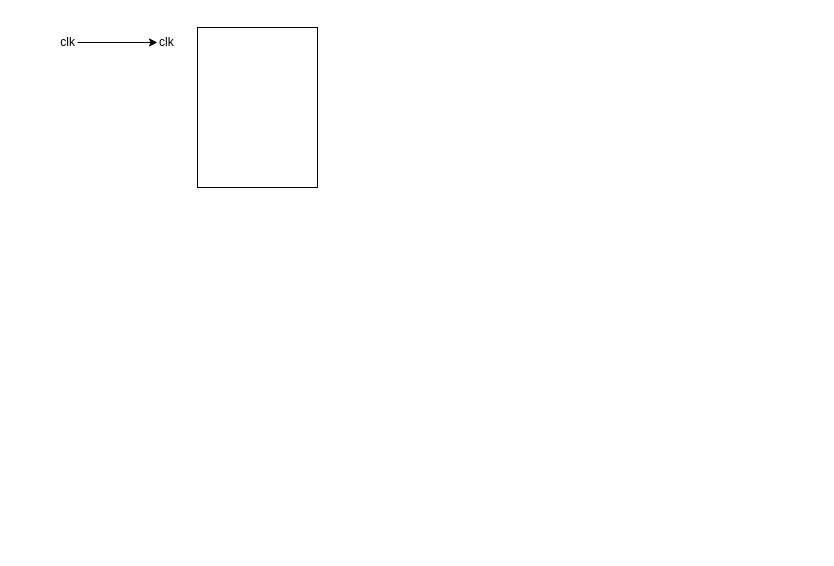
Jacksurfer2005/SummerInternshipPorject keeps this draw.io diagram as page "BRAM_CTV" (2 of 3) of images/LDP_DECODER.drawio. Above is the earlier version. Source tidied: cells renumbered, new cells numbered last; positions are measured from the earlier drawing's top-left corner, leaving out a move shared by most shapes. Both pictures are drawn from the tidied source at 100%, with x=0, y=0 at pixel (17, 27).
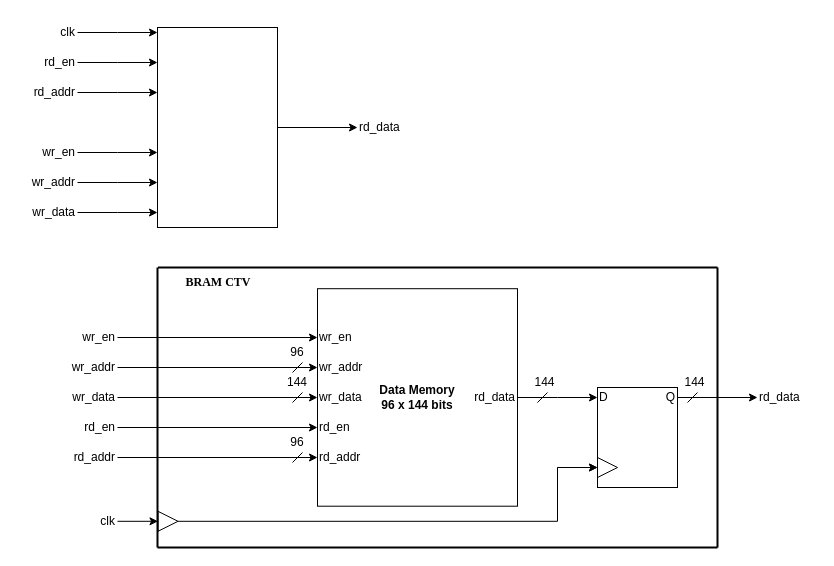
The same diagram, later.

What changed in the source:
```diff
@@
     <mxCell id="2" style="rounded=0;whiteSpace=wrap;html=1;fillColor=none;" parent="1" vertex="1">
-      <mxGeometry x="180" width="120" height="160" as="geometry" />
+      <mxGeometry x="140" width="120" height="200" as="geometry" />
     </mxCell>
-    <mxCell id="3" style="edgeStyle=orthogonalEdgeStyle;shape=connector;rounded=0;jettySize=auto;html=1;strokeColor=default;strokeWidth=1;align=left;verticalAlign=middle;fontFamily=Helvetica;fontSize=12;fontColor=default;labelBackgroundColor=default;endArrow=classic;" parent="1" edge="1" source="4" target="5">
-      <mxGeometry relative="1" as="geometry" />
+    <mxCell id="3" style="edgeStyle=orthogonalEdgeStyle;shape=connector;rounded=0;jettySize=auto;html=1;strokeColor=default;strokeWidth=1;align=left;verticalAlign=middle;fontFamily=Helvetica;fontSize=12;fontColor=default;labelBackgroundColor=default;endArrow=classic;" parent="1" edge="1" source="4">
+      <mxGeometry relative="1" as="geometry">
+        <mxPoint x="140" y="5" as="targetPoint" />
+      </mxGeometry>
     </mxCell>
     <mxCell id="4" value="clk" style="text;html=1;whiteSpace=wrap;strokeColor=none;fillColor=none;align=right;verticalAlign=middle;rounded=0;" parent="1" vertex="1">
-      <mxGeometry width="60" height="30" as="geometry" />
+      <mxGeometry y="-10" width="60" height="30" as="geometry" />
     </mxCell>
+    <mxCell id="6" style="edgeStyle=orthogonalEdgeStyle;shape=connector;rounded=0;jettySize=auto;html=1;strokeColor=default;strokeWidth=1;align=left;verticalAlign=middle;fontFamily=Helvetica;fontSize=12;fontColor=default;labelBackgroundColor=default;endArrow=classic;" parent="1" edge="1" source="7">
+      <mxGeometry relative="1" as="geometry">
+        <mxPoint x="140" y="35" as="targetPoint" />
+      </mxGeometry>
+    </mxCell>
+    <mxCell id="7" value="rd_en" style="text;html=1;whiteSpace=wrap;strokeColor=none;fillColor=none;align=right;verticalAlign=middle;rounded=0;" parent="1" vertex="1">
+      <mxGeometry y="20" width="60" height="30" as="geometry" />
+    </mxCell>
+    <mxCell id="8" style="edgeStyle=orthogonalEdgeStyle;shape=connector;rounded=0;jettySize=auto;html=1;strokeColor=default;strokeWidth=1;align=left;verticalAlign=middle;fontFamily=Helvetica;fontSize=12;fontColor=default;labelBackgroundColor=default;endArrow=classic;" parent="1" edge="1" source="9">
+      <mxGeometry relative="1" as="geometry">
+        <mxPoint x="140" y="65" as="targetPoint" />
+      </mxGeometry>
+    </mxCell>
+    <mxCell id="9" value="rd_addr" style="text;html=1;whiteSpace=wrap;strokeColor=none;fillColor=none;align=right;verticalAlign=middle;rounded=0;" parent="1" vertex="1">
+      <mxGeometry y="50" width="60" height="30" as="geometry" />
+    </mxCell>
+    <mxCell id="10" value="rd_data" style="text;html=1;whiteSpace=wrap;strokeColor=none;fillColor=none;align=left;verticalAlign=middle;rounded=0;" parent="1" vertex="1">
+      <mxGeometry x="340" y="85" width="60" height="30" as="geometry" />
+    </mxCell>
+    <mxCell id="11" style="edgeStyle=orthogonalEdgeStyle;shape=connector;rounded=0;jettySize=auto;html=1;strokeColor=default;strokeWidth=1;align=left;verticalAlign=middle;fontFamily=Helvetica;fontSize=12;fontColor=default;labelBackgroundColor=default;endArrow=classic;" parent="1" edge="1" source="12">
+      <mxGeometry relative="1" as="geometry">
+        <mxPoint x="140" y="125" as="targetPoint" />
+      </mxGeometry>
+    </mxCell>
+    <mxCell id="12" value="wr_en" style="text;html=1;whiteSpace=wrap;strokeColor=none;fillColor=none;align=right;verticalAlign=middle;rounded=0;" parent="1" vertex="1">
+      <mxGeometry y="110" width="60" height="30" as="geometry" />
+    </mxCell>
+    <mxCell id="13" style="edgeStyle=orthogonalEdgeStyle;shape=connector;rounded=0;jettySize=auto;html=1;strokeColor=default;strokeWidth=1;align=left;verticalAlign=middle;fontFamily=Helvetica;fontSize=12;fontColor=default;labelBackgroundColor=default;endArrow=classic;" parent="1" edge="1" source="14">
+      <mxGeometry relative="1" as="geometry">
+        <mxPoint x="140" y="155" as="targetPoint" />
+      </mxGeometry>
+    </mxCell>
+    <mxCell id="14" value="wr_addr" style="text;html=1;whiteSpace=wrap;strokeColor=none;fillColor=none;align=right;verticalAlign=middle;rounded=0;" parent="1" vertex="1">
+      <mxGeometry y="140" width="60" height="30" as="geometry" />
+    </mxCell>
+    <mxCell id="15" style="edgeStyle=orthogonalEdgeStyle;shape=connector;rounded=0;jettySize=auto;html=1;strokeColor=default;strokeWidth=1;align=left;verticalAlign=middle;fontFamily=Helvetica;fontSize=12;fontColor=default;labelBackgroundColor=default;endArrow=classic;" parent="1" edge="1" source="16">
+      <mxGeometry relative="1" as="geometry">
+        <mxPoint x="140" y="185" as="targetPoint" />
+      </mxGeometry>
+    </mxCell>
+    <mxCell id="16" value="wr_data" style="text;html=1;whiteSpace=wrap;strokeColor=none;fillColor=none;align=right;verticalAlign=middle;rounded=0;" parent="1" vertex="1">
+      <mxGeometry y="170" width="60" height="30" as="geometry" />
+    </mxCell>
+    <mxCell id="17" style="endArrow=classic;html=1;rounded=0;strokeColor=default;strokeWidth=1;align=center;verticalAlign=middle;fontFamily=Helvetica;fontSize=12;fontColor=default;labelBackgroundColor=default;exitX=1;exitY=0.5;exitDx=0;exitDy=0;entryX=0;entryY=0.5;entryDx=0;entryDy=0;" parent="1" edge="1" source="2" target="10">
+      <mxGeometry relative="1" as="geometry" />
+    </mxCell>
+    <mxCell id="18" style="edgeStyle=orthogonalEdgeStyle;shape=connector;rounded=0;jettySize=auto;html=1;entryX=0;entryY=0.5;entryDx=0;entryDy=0;strokeColor=default;strokeWidth=1;align=center;verticalAlign=middle;fontFamily=Helvetica;fontSize=12;fontColor=default;labelBackgroundColor=default;endArrow=classic;" parent="1" edge="1" source="19" target="48">
+      <mxGeometry relative="1" as="geometry" />
+    </mxCell>
+    <mxCell id="19" value="rd_en" style="text;html=1;whiteSpace=wrap;strokeColor=none;fillColor=none;align=right;verticalAlign=middle;rounded=0;fontFamily=Helvetica;fontSize=12;fontColor=default;spacing=2;spacingTop=0;" parent="1" vertex="1">
+      <mxGeometry x="40" y="385" width="60" height="30" as="geometry" />
+    </mxCell>
+    <mxCell id="20" style="edgeStyle=orthogonalEdgeStyle;shape=connector;rounded=0;jettySize=auto;html=1;entryX=0;entryY=0.5;entryDx=0;entryDy=0;strokeColor=default;strokeWidth=1;align=center;verticalAlign=middle;fontFamily=Helvetica;fontSize=12;fontColor=default;labelBackgroundColor=default;endArrow=classic;" parent="1" edge="1" source="21" target="49">
+      <mxGeometry relative="1" as="geometry" />
+    </mxCell>
+    <mxCell id="21" value="wr_data" style="text;html=1;whiteSpace=wrap;strokeColor=none;fillColor=none;align=right;verticalAlign=middle;rounded=0;fontFamily=Helvetica;fontSize=12;fontColor=default;spacing=2;spacingTop=0;" parent="1" vertex="1">
+      <mxGeometry x="40" y="355" width="60" height="30" as="geometry" />
+    </mxCell>
+    <mxCell id="22" value="&lt;b&gt;Data&amp;nbsp;&lt;/b&gt;&lt;b style=&quot;background-color: transparent; color: light-dark(rgb(0, 0, 0), rgb(255, 255, 255));&quot;&gt;Memory&lt;/b&gt;&lt;div&gt;&lt;b style=&quot;background-color: transparent; color: light-dark(rgb(0, 0, 0), rgb(255, 255, 255));&quot;&gt;96 x 144 bits&lt;/b&gt;&lt;/div&gt;" style="rounded=0;whiteSpace=wrap;html=1;strokeColor=default;align=center;verticalAlign=middle;fontFamily=Helvetica;fontSize=12;fontColor=default;fillColor=none;" parent="1" vertex="1">
+      <mxGeometry x="300" y="261.2" width="200" height="217.5" as="geometry" />
+    </mxCell>
+    <mxCell id="23" style="edgeStyle=orthogonalEdgeStyle;shape=connector;rounded=0;jettySize=auto;html=1;entryX=0;entryY=0.5;entryDx=0;entryDy=0;strokeColor=default;strokeWidth=1;align=center;verticalAlign=middle;fontFamily=Helvetica;fontSize=12;fontColor=default;labelBackgroundColor=default;endArrow=classic;" parent="1" edge="1" source="24" target="50">
+      <mxGeometry relative="1" as="geometry" />
+    </mxCell>
+    <mxCell id="24" value="rd_addr" style="text;html=1;whiteSpace=wrap;strokeColor=none;fillColor=none;align=right;verticalAlign=middle;rounded=0;fontFamily=Helvetica;fontSize=12;fontColor=default;spacing=2;spacingTop=0;" parent="1" vertex="1">
+      <mxGeometry x="40" y="415" width="60" height="30" as="geometry" />
+    </mxCell>
+    <mxCell id="25" style="rounded=0;whiteSpace=wrap;html=1;strokeColor=default;align=center;verticalAlign=middle;fontFamily=Helvetica;fontSize=12;fontColor=default;fillColor=none;" parent="1" vertex="1">
+      <mxGeometry x="580" y="360" width="80" height="100" as="geometry" />
+    </mxCell>
+    <mxCell id="26" style="triangle;whiteSpace=wrap;html=1;shapeInside=1;rounded=0;strokeColor=default;align=center;verticalAlign=middle;fontFamily=Helvetica;fontSize=12;fontColor=default;fillColor=none;" parent="1" vertex="1">
+      <mxGeometry x="580" y="430" width="20" height="20" as="geometry" />
+    </mxCell>
+    <mxCell id="27" value="D" style="text;html=1;whiteSpace=wrap;strokeColor=none;fillColor=none;align=left;verticalAlign=middle;rounded=0;fontFamily=Helvetica;fontSize=12;fontColor=default;" parent="1" vertex="1">
+      <mxGeometry x="580" y="355" width="60" height="30" as="geometry" />
+    </mxCell>
+    <mxCell id="28" style="edgeStyle=orthogonalEdgeStyle;shape=connector;rounded=0;jettySize=auto;html=1;strokeColor=default;strokeWidth=1;align=center;verticalAlign=middle;fontFamily=Helvetica;fontSize=12;fontColor=default;labelBackgroundColor=default;endArrow=classic;" parent="1" edge="1" source="29">
+      <mxGeometry relative="1" as="geometry">
+        <mxPoint x="740" y="370" as="targetPoint" />
+      </mxGeometry>
+    </mxCell>
+    <mxCell id="29" value="Q" style="text;html=1;whiteSpace=wrap;strokeColor=none;fillColor=none;align=right;verticalAlign=middle;rounded=0;fontFamily=Helvetica;fontSize=12;fontColor=default;" parent="1" vertex="1">
+      <mxGeometry x="600" y="355" width="60" height="30" as="geometry" />
+    </mxCell>
+    <mxCell id="30" style="edgeStyle=orthogonalEdgeStyle;shape=connector;rounded=0;jettySize=auto;html=1;entryX=0;entryY=0.5;entryDx=0;entryDy=0;strokeColor=default;strokeWidth=1;align=center;verticalAlign=middle;fontFamily=Helvetica;fontSize=12;fontColor=default;labelBackgroundColor=default;endArrow=classic;" parent="1" edge="1" source="31" target="51">
+      <mxGeometry relative="1" as="geometry" />
+    </mxCell>
+    <mxCell id="31" value="wr_en" style="text;html=1;whiteSpace=wrap;strokeColor=none;fillColor=none;align=right;verticalAlign=middle;rounded=0;fontFamily=Helvetica;fontSize=12;fontColor=default;spacing=2;spacingTop=0;" parent="1" vertex="1">
+      <mxGeometry x="40" y="295" width="60" height="30" as="geometry" />
+    </mxCell>
+    <mxCell id="32" style="endArrow=classic;html=1;rounded=0;strokeColor=default;strokeWidth=1;align=center;verticalAlign=middle;fontFamily=Helvetica;fontSize=12;fontColor=default;labelBackgroundColor=default;entryX=0;entryY=0.5;entryDx=0;entryDy=0;endFill=1;" parent="1" edge="1" target="26">
+      <mxGeometry relative="1" as="geometry">
+        <mxPoint x="540" y="440" as="sourcePoint" />
+        <Array as="points">
+          <mxPoint x="540" y="440" />
+        </Array>
+      </mxGeometry>
+    </mxCell>
+    <mxCell id="33" style="edgeStyle=none;shape=connector;rounded=0;jettySize=auto;html=1;entryX=0;entryY=0.5;entryDx=0;entryDy=0;strokeColor=default;strokeWidth=1;align=center;verticalAlign=middle;fontFamily=Helvetica;fontSize=12;fontColor=default;labelBackgroundColor=default;endArrow=classic;" parent="1" edge="1" source="5" target="41">
+      <mxGeometry relative="1" as="geometry" />
+    </mxCell>
-    <mxCell id="5" value="clk" style="text;html=1;whiteSpace=wrap;strokeColor=none;fillColor=none;align=left;verticalAlign=middle;rounded=0;" parent="1" vertex="1">
-      <mxGeometry x="140" width="60" height="30" as="geometry" />
+    <mxCell id="5" value="clk" style="text;html=1;whiteSpace=wrap;strokeColor=none;fillColor=none;align=right;verticalAlign=middle;rounded=0;fontFamily=Helvetica;fontSize=12;fontColor=default;spacing=2;spacingTop=0;" parent="1" vertex="1">
+      <mxGeometry x="40" y="478.8" width="60" height="30" as="geometry" />
     </mxCell>
+    <mxCell id="34" style="edgeStyle=orthogonalEdgeStyle;shape=connector;rounded=0;jettySize=auto;html=1;entryX=0;entryY=0.5;entryDx=0;entryDy=0;strokeColor=default;strokeWidth=1;align=center;verticalAlign=middle;fontFamily=Helvetica;fontSize=12;fontColor=default;labelBackgroundColor=default;endArrow=classic;" parent="1" edge="1" source="35" target="52">
+      <mxGeometry relative="1" as="geometry" />
+    </mxCell>
+    <mxCell id="35" value="wr_addr" style="text;html=1;whiteSpace=wrap;strokeColor=none;fillColor=none;align=right;verticalAlign=middle;rounded=0;fontFamily=Helvetica;fontSize=12;fontColor=default;spacing=2;spacingTop=0;" parent="1" vertex="1">
+      <mxGeometry x="40" y="325" width="60" height="30" as="geometry" />
+    </mxCell>
+    <mxCell id="36" style="endArrow=none;html=1;rounded=0;strokeColor=default;strokeWidth=2;align=center;verticalAlign=middle;fontFamily=Helvetica;fontSize=12;fontColor=default;labelBackgroundColor=default;" parent="1" edge="1">
+      <mxGeometry relative="1" as="geometry">
+        <mxPoint x="140" y="520" as="sourcePoint" />
+        <mxPoint x="700" y="520" as="targetPoint" />
+      </mxGeometry>
+    </mxCell>
+    <mxCell id="37" style="endArrow=none;html=1;rounded=0;strokeColor=default;strokeWidth=2;align=center;verticalAlign=middle;fontFamily=Helvetica;fontSize=12;fontColor=default;labelBackgroundColor=default;" parent="1" edge="1">
+      <mxGeometry relative="1" as="geometry">
+        <mxPoint x="140.5" y="240" as="sourcePoint" />
+        <mxPoint x="700" y="240" as="targetPoint" />
+      </mxGeometry>
+    </mxCell>
+    <mxCell id="38" style="endArrow=none;html=1;rounded=0;strokeColor=default;strokeWidth=2;align=center;verticalAlign=middle;fontFamily=Helvetica;fontSize=12;fontColor=default;labelBackgroundColor=default;" parent="1" edge="1">
+      <mxGeometry relative="1" as="geometry">
+        <mxPoint x="700" y="240" as="sourcePoint" />
+        <mxPoint x="700" y="520" as="targetPoint" />
+      </mxGeometry>
+    </mxCell>
+    <mxCell id="39" style="endArrow=none;html=1;rounded=0;strokeColor=default;strokeWidth=2;align=center;verticalAlign=middle;fontFamily=Helvetica;fontSize=12;fontColor=default;labelBackgroundColor=default;" parent="1" edge="1">
+      <mxGeometry relative="1" as="geometry">
+        <mxPoint x="140" y="240" as="sourcePoint" />
+        <mxPoint x="140" y="520" as="targetPoint" />
+      </mxGeometry>
+    </mxCell>
+    <mxCell id="40" style="edgeStyle=orthogonalEdgeStyle;shape=connector;rounded=0;jettySize=auto;html=1;entryX=0;entryY=0.5;entryDx=0;entryDy=0;strokeColor=default;strokeWidth=1;align=center;verticalAlign=middle;fontFamily=Helvetica;fontSize=12;fontColor=default;labelBackgroundColor=default;endArrow=classic;" parent="1" edge="1" source="41" target="26">
+      <mxGeometry relative="1" as="geometry">
+        <Array as="points">
+          <mxPoint x="540" y="493.8" />
+          <mxPoint x="540" y="440" />
+        </Array>
+      </mxGeometry>
+    </mxCell>
+    <mxCell id="41" style="triangle;whiteSpace=wrap;html=1;shapeInside=1;rounded=0;strokeColor=default;align=center;verticalAlign=middle;fontFamily=Helvetica;fontSize=12;fontColor=default;fillColor=none;" parent="1" vertex="1">
+      <mxGeometry x="140.5" y="483.8" width="20" height="20" as="geometry" />
+    </mxCell>
+    <mxCell id="42" value="&lt;b&gt;BRAM CTV&lt;/b&gt;" style="text;html=1;whiteSpace=wrap;strokeColor=none;fillColor=none;align=center;verticalAlign=middle;rounded=0;fontFamily=Times New Roman;fontSize=12;fontColor=default;" parent="1" vertex="1">
+      <mxGeometry x="140.5" y="240" width="119.5" height="30" as="geometry" />
+    </mxCell>
+    <mxCell id="43" style="endArrow=none;html=1;rounded=0;strokeColor=default;strokeWidth=1;align=center;verticalAlign=middle;fontFamily=Helvetica;fontSize=12;fontColor=default;labelBackgroundColor=default;" parent="1" edge="1">
+      <mxGeometry relative="1" as="geometry">
+        <mxPoint x="275" y="435" as="sourcePoint" />
+        <mxPoint x="285" y="425" as="targetPoint" />
+      </mxGeometry>
+    </mxCell>
+    <mxCell id="44" style="endArrow=none;html=1;rounded=0;strokeColor=default;strokeWidth=1;align=center;verticalAlign=middle;fontFamily=Helvetica;fontSize=12;fontColor=default;labelBackgroundColor=default;" parent="1" edge="1">
+      <mxGeometry relative="1" as="geometry">
+        <mxPoint x="520" y="375" as="sourcePoint" />
+        <mxPoint x="530" y="365" as="targetPoint" />
+      </mxGeometry>
+    </mxCell>
+    <mxCell id="45" value="144" style="text;html=1;whiteSpace=wrap;strokeColor=none;fillColor=none;align=center;verticalAlign=middle;rounded=0;fontFamily=Helvetica;fontSize=12;fontColor=default;spacingRight=5;" parent="1" vertex="1">
+      <mxGeometry x="500" y="340" width="60" height="30" as="geometry" />
+    </mxCell>
+    <mxCell id="46" style="edgeStyle=orthogonalEdgeStyle;shape=connector;rounded=0;jettySize=auto;html=1;strokeColor=default;strokeWidth=1;align=center;verticalAlign=middle;fontFamily=Helvetica;fontSize=12;fontColor=default;labelBackgroundColor=default;endArrow=classic;" parent="1" edge="1" source="47">
+      <mxGeometry relative="1" as="geometry">
+        <mxPoint x="580" y="370" as="targetPoint" />
+      </mxGeometry>
+    </mxCell>
+    <mxCell id="47" value="rd_data" style="text;html=1;whiteSpace=wrap;strokeColor=none;fillColor=none;align=right;verticalAlign=middle;rounded=0;fontFamily=Helvetica;fontSize=12;fontColor=default;spacingTop=0;" parent="1" vertex="1">
+      <mxGeometry x="440" y="355" width="60" height="30" as="geometry" />
+    </mxCell>
+    <mxCell id="48" value="rd_en" style="text;html=1;whiteSpace=wrap;strokeColor=none;fillColor=none;align=left;verticalAlign=middle;rounded=0;fontFamily=Helvetica;fontSize=12;fontColor=default;spacing=2;spacingTop=0;" parent="1" vertex="1">
+      <mxGeometry x="300" y="385" width="60" height="30" as="geometry" />
+    </mxCell>
+    <mxCell id="49" value="wr_data" style="text;html=1;whiteSpace=wrap;strokeColor=none;fillColor=none;align=left;verticalAlign=middle;rounded=0;fontFamily=Helvetica;fontSize=12;fontColor=default;spacing=2;spacingTop=0;" parent="1" vertex="1">
+      <mxGeometry x="300" y="355" width="60" height="30" as="geometry" />
+    </mxCell>
+    <mxCell id="50" value="rd_addr" style="text;html=1;whiteSpace=wrap;strokeColor=none;fillColor=none;align=left;verticalAlign=middle;rounded=0;fontFamily=Helvetica;fontSize=12;fontColor=default;spacing=2;spacingTop=0;" parent="1" vertex="1">
+      <mxGeometry x="300" y="415" width="60" height="30" as="geometry" />
+    </mxCell>
+    <mxCell id="51" value="wr_en" style="text;html=1;whiteSpace=wrap;strokeColor=none;fillColor=none;align=left;verticalAlign=middle;rounded=0;fontFamily=Helvetica;fontSize=12;fontColor=default;spacing=2;spacingTop=0;" parent="1" vertex="1">
+      <mxGeometry x="300" y="295" width="60" height="30" as="geometry" />
+    </mxCell>
+    <mxCell id="52" value="wr_addr" style="text;html=1;whiteSpace=wrap;strokeColor=none;fillColor=none;align=left;verticalAlign=middle;rounded=0;fontFamily=Helvetica;fontSize=12;fontColor=default;spacing=2;spacingTop=0;" parent="1" vertex="1">
+      <mxGeometry x="300" y="325" width="60" height="30" as="geometry" />
+    </mxCell>
+    <mxCell id="53" style="endArrow=none;html=1;rounded=0;strokeColor=default;strokeWidth=1;align=center;verticalAlign=middle;fontFamily=Helvetica;fontSize=12;fontColor=default;labelBackgroundColor=default;" parent="1" edge="1">
+      <mxGeometry relative="1" as="geometry">
+        <mxPoint x="275" y="345" as="sourcePoint" />
+        <mxPoint x="285" y="335" as="targetPoint" />
+      </mxGeometry>
+    </mxCell>
+    <mxCell id="54" value="96" style="text;html=1;whiteSpace=wrap;strokeColor=none;fillColor=none;align=center;verticalAlign=middle;rounded=0;" parent="1" vertex="1">
+      <mxGeometry x="250" y="310" width="60" height="30" as="geometry" />
+    </mxCell>
+    <mxCell id="55" value="96" style="text;html=1;whiteSpace=wrap;strokeColor=none;fillColor=none;align=center;verticalAlign=middle;rounded=0;" parent="1" vertex="1">
+      <mxGeometry x="250" y="400" width="60" height="30" as="geometry" />
+    </mxCell>
+    <mxCell id="56" value="144" style="text;html=1;whiteSpace=wrap;strokeColor=none;fillColor=none;align=center;verticalAlign=middle;rounded=0;" parent="1" vertex="1">
+      <mxGeometry x="250" y="340" width="60" height="30" as="geometry" />
+    </mxCell>
+    <mxCell id="57" value="rd_data" style="text;html=1;whiteSpace=wrap;strokeColor=none;fillColor=none;align=left;verticalAlign=middle;rounded=0;fontFamily=Helvetica;fontSize=12;fontColor=default;spacingTop=0;" parent="1" vertex="1">
+      <mxGeometry x="740" y="355" width="60" height="30" as="geometry" />
+    </mxCell>
+    <mxCell id="58" style="endArrow=none;html=1;rounded=0;strokeColor=default;strokeWidth=1;align=center;verticalAlign=middle;fontFamily=Helvetica;fontSize=12;fontColor=default;labelBackgroundColor=default;" parent="1" edge="1">
+      <mxGeometry relative="1" as="geometry">
+        <mxPoint x="670" y="375" as="sourcePoint" />
+        <mxPoint x="680" y="365" as="targetPoint" />
+      </mxGeometry>
+    </mxCell>
+    <mxCell id="59" value="144" style="text;html=1;whiteSpace=wrap;strokeColor=none;fillColor=none;align=center;verticalAlign=middle;rounded=0;fontFamily=Helvetica;fontSize=12;fontColor=default;spacingRight=5;" parent="1" vertex="1">
+      <mxGeometry x="650" y="340" width="60" height="30" as="geometry" />
+    </mxCell>
+    <mxCell id="60" style="endArrow=none;html=1;rounded=0;strokeColor=default;strokeWidth=1;align=center;verticalAlign=middle;fontFamily=Helvetica;fontSize=12;fontColor=default;labelBackgroundColor=default;" parent="1" edge="1">
+      <mxGeometry relative="1" as="geometry">
+        <mxPoint x="275" y="375" as="sourcePoint" />
+        <mxPoint x="285" y="365" as="targetPoint" />
+      </mxGeometry>
+    </mxCell>
```
